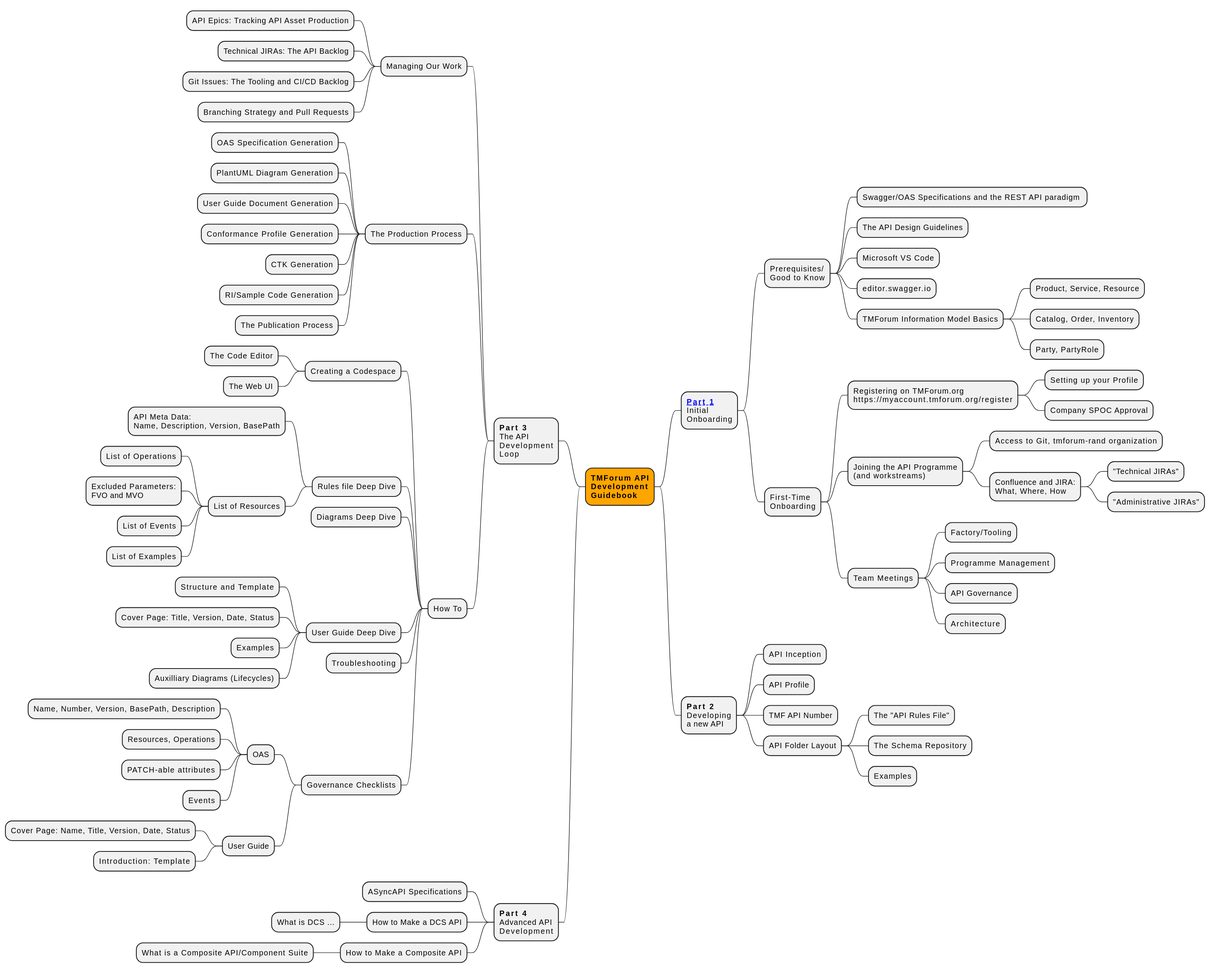
The PlantUML diagram images/mindmap.svg in tmforum-rand/ig1353-api-developers-guide, before a commit.
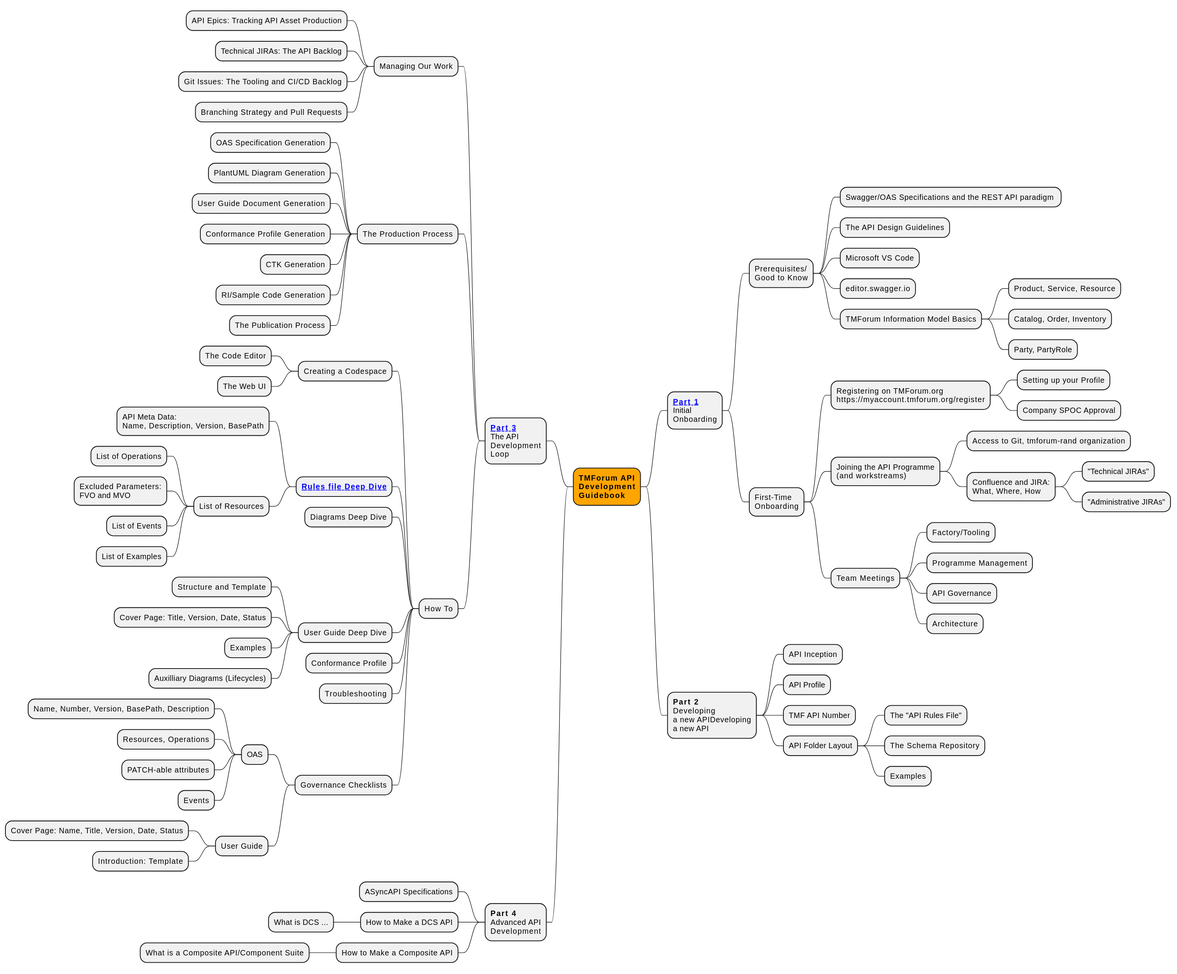
After the commit.

Commit message:
Updated mindmap diagram with working links

Change to the diagram source:
```diff
@@ -1,6 +1,6 @@
 @startmindmap
 +[#Orange] <b>TMForum API\n<b>Development\n<b>Guidebook
-++ <b>[[part1.adoc Part 1]]</b>\nInitial\nOnboarding
+++ <b>[[https://github.com/tmforum-rand/ig1353-api-developers-guide/blob/main/part1.adoc Part 1]]</b>\nInitial\nOnboarding
 +++ Prerequisites/\nGood to Know
 ++++ Swagger/OAS Specifications and the REST API paradigm
 ++++ The API Design Guidelines
@@ -27,7 +27,7 @@
 +++++ API Governance
 +++++ Architecture
 
-++ <b>Part 2</b>\nDeveloping\na new API
+++ <b>Part 2</b>\nDeveloping\na new APIDeveloping\na new API
 +++ API Inception
 +++ API Profile
 +++ TMF API Number
@@ -36,7 +36,7 @@
 ++++ The Schema Repository
 ++++ Examples
 
--- <b>Part 3</b>\nThe API\nDevelopment\nLoop
+-- <b>[[https://github.com/tmforum-rand/ig1353-api-developers-guide/blob/main/part3.adoc Part 3]]</b>\nThe API\nDevelopment\nLoop
 --- Managing Our Work
 ---- API Epics: Tracking API Asset Production
 ---- Technical JIRAs: The API Backlog
@@ -55,7 +55,7 @@
 ---- Creating a Codespace
 ----- The Code Editor
 ----- The Web UI
----- Rules file Deep Dive
+---- <b>[[https://github.com/tmforum-rand/ig1353-api-developers-guide/blob/main/part3.adoc#rules-file-deep-dive Rules file Deep Dive]]
 ----- API Meta Data:\nName, Description, Version, BasePath
 ----- List of Resources
 ------ List of Operations
@@ -68,6 +68,7 @@
 ----- Cover Page: Title, Version, Date, Status
 ----- Examples
 ----- Auxilliary Diagrams (Lifecycles)
+---- Conformance Profile
 ---- Troubleshooting
 
 ---- Governance Checklists
```
